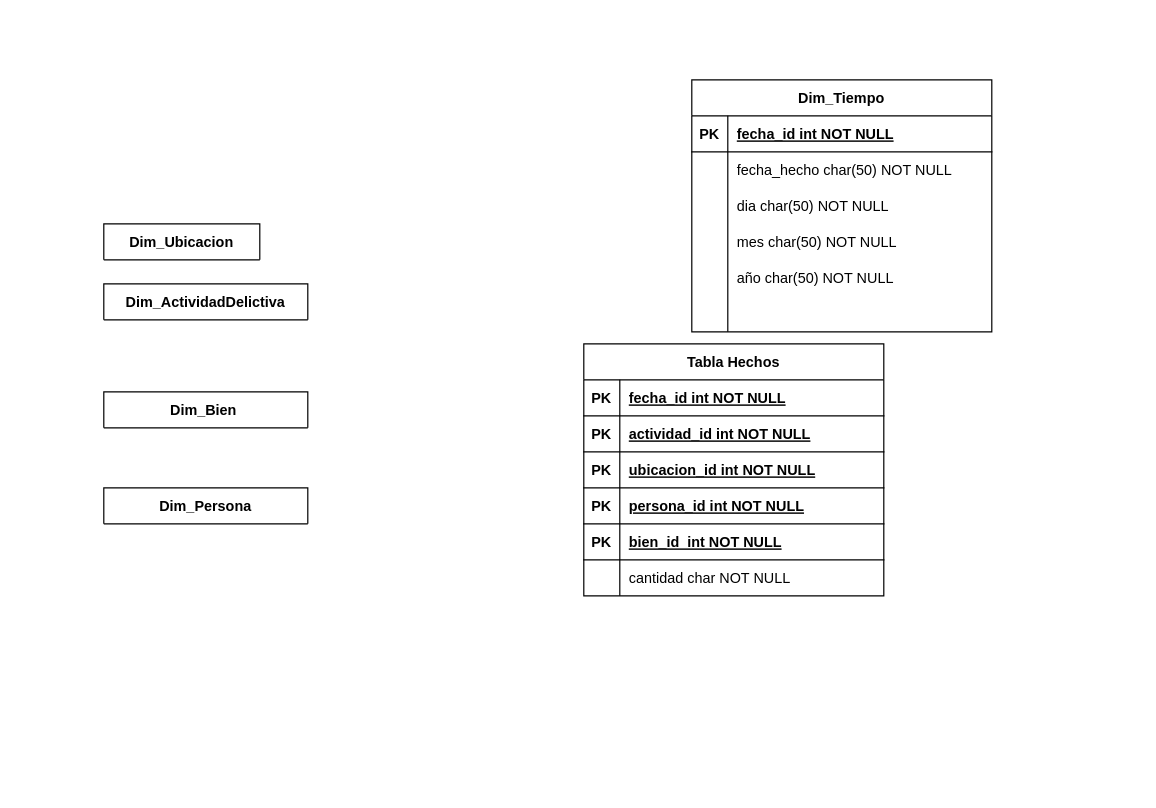
Above: Diagrama sin título.drawio in JonhNino/Book-s (draw.io), before the change. Source tidied: cells renumbered, new cells numbered last; positions are measured from the earlier drawing's top-left corner, leaving out a move shared by most shapes. Both pictures are drawn from the tidied source at 120%, with x=0, y=0 at pixel (103, 79).
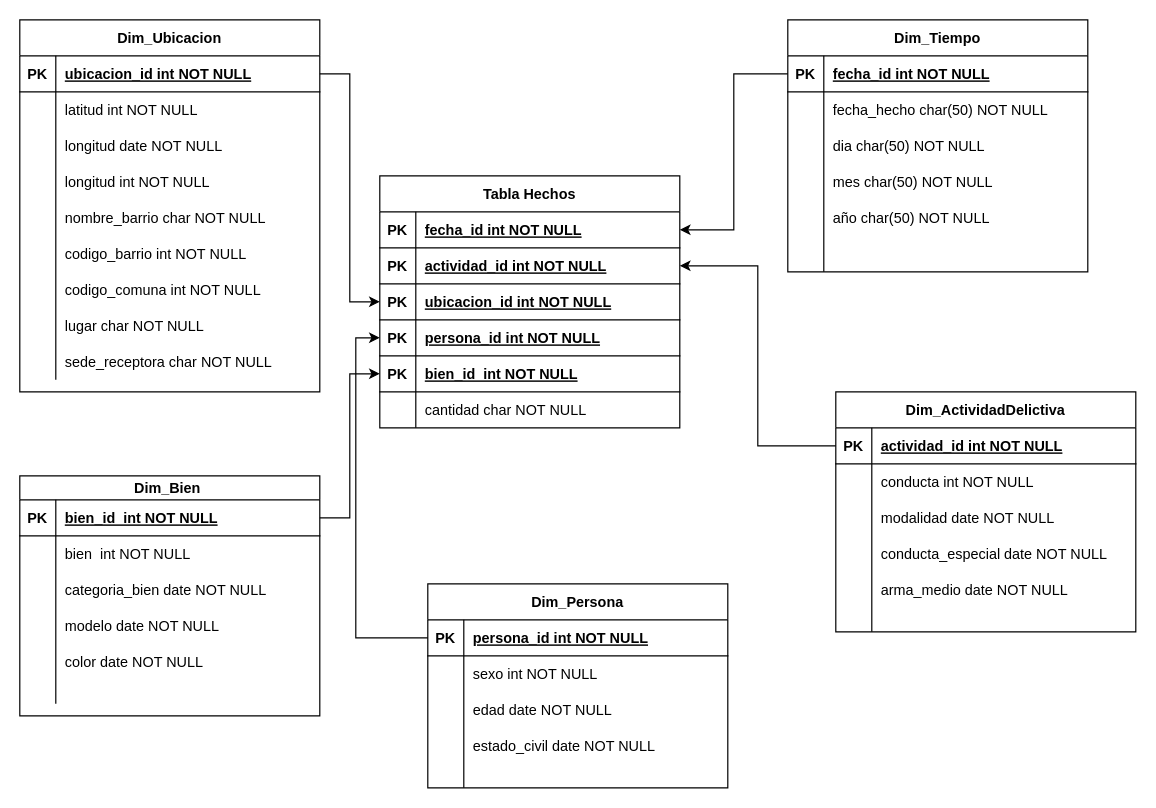
The same page after the edit.

Unchanged cells that the change refers to:
```xml
<mxCell id="5" style="shape=partialRectangle;fillColor=none;points=[[0,0.5],[1,0.5]];portConstraint=eastwest;top=0;left=0;right=0;bottom=1;" parent="4" vertex="1">
  <mxGeometry y="30" width="250" height="30" as="geometry" />
</mxCell>
<mxCell id="26" style="shape=partialRectangle;fillColor=none;points=[[0,0.5],[1,0.5]];portConstraint=eastwest;top=0;left=0;right=0;bottom=1;" parent="25" vertex="1">
  <mxGeometry y="30" width="250" height="30" as="geometry" />
</mxCell>
<mxCell id="29" style="shape=partialRectangle;fillColor=none;points=[[0,0.5],[1,0.5]];portConstraint=eastwest;top=0;left=0;right=0;bottom=1;" parent="25" vertex="1">
  <mxGeometry y="60" width="250" height="30" as="geometry" />
</mxCell>
<mxCell id="32" style="shape=partialRectangle;fillColor=none;points=[[0,0.5],[1,0.5]];portConstraint=eastwest;top=0;left=0;right=0;bottom=1;" parent="25" vertex="1">
  <mxGeometry y="90" width="250" height="30" as="geometry" />
</mxCell>
<mxCell id="35" style="shape=partialRectangle;fillColor=none;points=[[0,0.5],[1,0.5]];portConstraint=eastwest;top=0;left=0;right=0;bottom=1;" parent="25" vertex="1">
  <mxGeometry y="120" width="250" height="30" as="geometry" />
</mxCell>
<mxCell id="38" style="shape=partialRectangle;fillColor=none;points=[[0,0.5],[1,0.5]];portConstraint=eastwest;top=0;left=0;right=0;bottom=1;" parent="25" vertex="1">
  <mxGeometry y="150" width="250" height="30" as="geometry" />
</mxCell>
```

Change to the diagram source:
```diff
@@
-    <mxCell id="2" value="Dim_Ubicacion" style="shape=table;startSize=30;childLayout=tableLayout;rowLines=0;fontStyle=1;align=center;" parent="1" vertex="1" collapsed="1">
-      <mxGeometry y="120" width="130" height="30" as="geometry" />
+    <mxCell id="2" value="Dim_Ubicacion" style="shape=table;startSize=30;childLayout=tableLayout;rowLines=0;fontStyle=1;align=center;" parent="1" vertex="1">
+      <mxGeometry x="-70" y="-50" width="250" height="310" as="geometry" />
     </mxCell>
+    <mxCell id="44" style="shape=partialRectangle;fillColor=none;points=[[0,0.5],[1,0.5]];portConstraint=eastwest;top=0;left=0;right=0;bottom=1;" parent="2" vertex="1">
+      <mxGeometry y="30" width="250" height="30" as="geometry" />
+    </mxCell>
+    <mxCell id="45" value="PK" style="shape=partialRectangle;overflow=hidden;fillColor=none;top=0;left=0;bottom=0;right=0;fontStyle=1;" parent="44" vertex="1">
+      <mxGeometry width="30" height="30" as="geometry" />
+    </mxCell>
+    <mxCell id="46" value="ubicacion_id int NOT NULL " style="shape=partialRectangle;overflow=hidden;fillColor=none;top=0;left=0;bottom=0;right=0;align=left;spacingLeft=6;fontStyle=5;" parent="44" vertex="1">
+      <mxGeometry x="30" width="220" height="30" as="geometry" />
+    </mxCell>
+    <mxCell id="47" style="shape=partialRectangle;fillColor=none;top=0;left=0;right=0;bottom=0;" parent="2" vertex="1">
+      <mxGeometry y="60" width="250" height="30" as="geometry" />
+    </mxCell>
+    <mxCell id="48" style="shape=partialRectangle;overflow=hidden;fillColor=none;top=0;left=0;bottom=0;right=0;" parent="47" vertex="1">
+      <mxGeometry width="30" height="30" as="geometry" />
+    </mxCell>
+    <mxCell id="49" value="latitud int NOT NULL" style="shape=partialRectangle;overflow=hidden;fillColor=none;top=0;left=0;bottom=0;right=0;align=left;spacingLeft=6;" parent="47" vertex="1">
+      <mxGeometry x="30" width="220" height="30" as="geometry" />
+    </mxCell>
+    <mxCell id="50" style="shape=partialRectangle;fillColor=none;top=0;left=0;right=0;bottom=0;" parent="2" vertex="1">
+      <mxGeometry y="90" width="250" height="30" as="geometry" />
+    </mxCell>
+    <mxCell id="51" style="shape=partialRectangle;overflow=hidden;fillColor=none;top=0;left=0;bottom=0;right=0;" parent="50" vertex="1">
+      <mxGeometry width="30" height="30" as="geometry" />
+    </mxCell>
+    <mxCell id="52" value="longitud date NOT NULL" style="shape=partialRectangle;overflow=hidden;fillColor=none;top=0;left=0;bottom=0;right=0;align=left;spacingLeft=6;" parent="50" vertex="1">
+      <mxGeometry x="30" width="220" height="30" as="geometry" />
+    </mxCell>
+    <mxCell id="53" style="shape=partialRectangle;fillColor=none;top=0;left=0;right=0;bottom=0;" parent="2" vertex="1">
+      <mxGeometry y="120" width="250" height="30" as="geometry" />
+    </mxCell>
+    <mxCell id="54" style="shape=partialRectangle;overflow=hidden;fillColor=none;top=0;left=0;bottom=0;right=0;" parent="53" vertex="1">
+      <mxGeometry width="30" height="30" as="geometry" />
+    </mxCell>
+    <mxCell id="55" value="longitud int NOT NULL" style="shape=partialRectangle;overflow=hidden;fillColor=none;top=0;left=0;bottom=0;right=0;align=left;spacingLeft=6;" parent="53" vertex="1">
+      <mxGeometry x="30" width="220" height="30" as="geometry" />
+    </mxCell>
+    <mxCell id="56" style="shape=partialRectangle;fillColor=none;top=0;left=0;right=0;bottom=0;" parent="2" vertex="1">
+      <mxGeometry y="150" width="250" height="30" as="geometry" />
+    </mxCell>
+    <mxCell id="57" style="shape=partialRectangle;overflow=hidden;fillColor=none;top=0;left=0;bottom=0;right=0;" parent="56" vertex="1">
+      <mxGeometry width="30" height="30" as="geometry" />
+    </mxCell>
+    <mxCell id="58" value="nombre_barrio char NOT NULL" style="shape=partialRectangle;overflow=hidden;fillColor=none;top=0;left=0;bottom=0;right=0;align=left;spacingLeft=6;" parent="56" vertex="1">
+      <mxGeometry x="30" width="220" height="30" as="geometry" />
+    </mxCell>
+    <mxCell id="59" style="shape=partialRectangle;fillColor=none;top=0;left=0;right=0;bottom=0;" parent="2" vertex="1">
+      <mxGeometry y="180" width="250" height="30" as="geometry" />
+    </mxCell>
+    <mxCell id="60" style="shape=partialRectangle;overflow=hidden;fillColor=none;top=0;left=0;bottom=0;right=0;" parent="59" vertex="1">
+      <mxGeometry width="30" height="30" as="geometry" />
+    </mxCell>
+    <mxCell id="61" value="codigo_barrio int NOT NULL" style="shape=partialRectangle;overflow=hidden;fillColor=none;top=0;left=0;bottom=0;right=0;align=left;spacingLeft=6;" parent="59" vertex="1">
+      <mxGeometry x="30" width="220" height="30" as="geometry" />
+    </mxCell>
+    <mxCell id="62" style="shape=partialRectangle;fillColor=none;top=0;left=0;right=0;bottom=0;" parent="2" vertex="1">
+      <mxGeometry y="210" width="250" height="30" as="geometry" />
+    </mxCell>
+    <mxCell id="63" style="shape=partialRectangle;overflow=hidden;fillColor=none;top=0;left=0;bottom=0;right=0;" parent="62" vertex="1">
+      <mxGeometry width="30" height="30" as="geometry" />
+    </mxCell>
+    <mxCell id="64" value="codigo_comuna int NOT NULL" style="shape=partialRectangle;overflow=hidden;fillColor=none;top=0;left=0;bottom=0;right=0;align=left;spacingLeft=6;" parent="62" vertex="1">
+      <mxGeometry x="30" width="220" height="30" as="geometry" />
+    </mxCell>
+    <mxCell id="65" style="shape=partialRectangle;fillColor=none;top=0;left=0;right=0;bottom=0;" parent="2" vertex="1">
+      <mxGeometry y="240" width="250" height="30" as="geometry" />
+    </mxCell>
+    <mxCell id="66" style="shape=partialRectangle;overflow=hidden;fillColor=none;top=0;left=0;bottom=0;right=0;" parent="65" vertex="1">
+      <mxGeometry width="30" height="30" as="geometry" />
+    </mxCell>
+    <mxCell id="67" value="lugar char NOT NULL" style="shape=partialRectangle;overflow=hidden;fillColor=none;top=0;left=0;bottom=0;right=0;align=left;spacingLeft=6;" parent="65" vertex="1">
+      <mxGeometry x="30" width="220" height="30" as="geometry" />
+    </mxCell>
+    <mxCell id="68" style="shape=partialRectangle;fillColor=none;top=0;left=0;right=0;bottom=0;" parent="2" vertex="1">
+      <mxGeometry y="270" width="250" height="30" as="geometry" />
+    </mxCell>
+    <mxCell id="69" style="shape=partialRectangle;overflow=hidden;fillColor=none;top=0;left=0;bottom=0;right=0;" parent="68" vertex="1">
+      <mxGeometry width="30" height="30" as="geometry" />
+    </mxCell>
+    <mxCell id="70" value="sede_receptora char NOT NULL" style="shape=partialRectangle;overflow=hidden;fillColor=none;top=0;left=0;bottom=0;right=0;align=left;spacingLeft=6;" parent="68" vertex="1">
+      <mxGeometry x="30" width="220" height="30" as="geometry" />
+    </mxCell>
-    <mxCell id="3" value="Dim_ActividadDelictiva" style="shape=table;startSize=30;childLayout=tableLayout;rowLines=0;fontStyle=1;align=center;" parent="1" vertex="1" collapsed="1">
-      <mxGeometry y="170" width="170" height="30" as="geometry" />
+    <mxCell id="3" value="Dim_ActividadDelictiva" style="shape=table;startSize=30;childLayout=tableLayout;rowLines=0;fontStyle=1;align=center;" parent="1" vertex="1">
+      <mxGeometry x="610" y="260" width="250" height="200" as="geometry" />
     </mxCell>
+    <mxCell id="71" style="shape=partialRectangle;fillColor=none;points=[[0,0.5],[1,0.5]];portConstraint=eastwest;top=0;left=0;right=0;bottom=1;" parent="3" vertex="1">
+      <mxGeometry y="30" width="250" height="30" as="geometry" />
+    </mxCell>
+    <mxCell id="72" value="PK" style="shape=partialRectangle;overflow=hidden;fillColor=none;top=0;left=0;bottom=0;right=0;fontStyle=1;" parent="71" vertex="1">
+      <mxGeometry width="30" height="30" as="geometry" />
+    </mxCell>
+    <mxCell id="73" value="actividad_id int NOT NULL " style="shape=partialRectangle;overflow=hidden;fillColor=none;top=0;left=0;bottom=0;right=0;align=left;spacingLeft=6;fontStyle=5;" parent="71" vertex="1">
+      <mxGeometry x="30" width="220" height="30" as="geometry" />
+    </mxCell>
+    <mxCell id="74" style="shape=partialRectangle;fillColor=none;top=0;left=0;right=0;bottom=0;" parent="3" vertex="1">
+      <mxGeometry y="60" width="250" height="30" as="geometry" />
+    </mxCell>
+    <mxCell id="75" style="shape=partialRectangle;overflow=hidden;fillColor=none;top=0;left=0;bottom=0;right=0;" parent="74" vertex="1">
+      <mxGeometry width="30" height="30" as="geometry" />
+    </mxCell>
+    <mxCell id="76" value="conducta int NOT NULL" style="shape=partialRectangle;overflow=hidden;fillColor=none;top=0;left=0;bottom=0;right=0;align=left;spacingLeft=6;" parent="74" vertex="1">
+      <mxGeometry x="30" width="220" height="30" as="geometry" />
+    </mxCell>
+    <mxCell id="77" style="shape=partialRectangle;fillColor=none;top=0;left=0;right=0;bottom=0;" parent="3" vertex="1">
+      <mxGeometry y="90" width="250" height="30" as="geometry" />
+    </mxCell>
+    <mxCell id="78" style="shape=partialRectangle;overflow=hidden;fillColor=none;top=0;left=0;bottom=0;right=0;" parent="77" vertex="1">
+      <mxGeometry width="30" height="30" as="geometry" />
+    </mxCell>
+    <mxCell id="79" value="modalidad date NOT NULL" style="shape=partialRectangle;overflow=hidden;fillColor=none;top=0;left=0;bottom=0;right=0;align=left;spacingLeft=6;" parent="77" vertex="1">
+      <mxGeometry x="30" width="220" height="30" as="geometry" />
+    </mxCell>
+    <mxCell id="80" style="shape=partialRectangle;fillColor=none;top=0;left=0;right=0;bottom=0;" parent="3" vertex="1">
+      <mxGeometry y="120" width="250" height="30" as="geometry" />
+    </mxCell>
+    <mxCell id="81" style="shape=partialRectangle;overflow=hidden;fillColor=none;top=0;left=0;bottom=0;right=0;" parent="80" vertex="1">
+      <mxGeometry width="30" height="30" as="geometry" />
+    </mxCell>
+    <mxCell id="82" value="conducta_especial date NOT NULL" style="shape=partialRectangle;overflow=hidden;fillColor=none;top=0;left=0;bottom=0;right=0;align=left;spacingLeft=6;" parent="80" vertex="1">
+      <mxGeometry x="30" width="220" height="30" as="geometry" />
+    </mxCell>
+    <mxCell id="83" style="shape=partialRectangle;fillColor=none;top=0;left=0;right=0;bottom=0;" parent="3" vertex="1">
+      <mxGeometry y="150" width="250" height="30" as="geometry" />
+    </mxCell>
+    <mxCell id="84" style="shape=partialRectangle;overflow=hidden;fillColor=none;top=0;left=0;bottom=0;right=0;" parent="83" vertex="1">
+      <mxGeometry width="30" height="30" as="geometry" />
+    </mxCell>
+    <mxCell id="85" value="arma_medio date NOT NULL" style="shape=partialRectangle;overflow=hidden;fillColor=none;top=0;left=0;bottom=0;right=0;align=left;spacingLeft=6;" parent="83" vertex="1">
+      <mxGeometry x="30" width="220" height="30" as="geometry" />
+    </mxCell>
+    <mxCell id="86" style="shape=partialRectangle;fillColor=none;top=0;left=0;right=0;bottom=0;" parent="3" vertex="1">
+      <mxGeometry y="180" width="250" height="20" as="geometry" />
+    </mxCell>
+    <mxCell id="87" style="shape=partialRectangle;overflow=hidden;fillColor=none;top=0;left=0;bottom=0;right=0;" parent="86" vertex="1">
+      <mxGeometry width="30" height="20" as="geometry" />
+    </mxCell>
+    <mxCell id="88" style="shape=partialRectangle;overflow=hidden;fillColor=none;top=0;left=0;bottom=0;right=0;align=left;spacingLeft=6;" parent="86" vertex="1">
+      <mxGeometry x="30" width="220" height="20" as="geometry" />
+    </mxCell>
     <mxCell id="4" value="Dim_Tiempo" style="shape=table;startSize=30;childLayout=tableLayout;rowLines=0;fontStyle=1;align=center;" parent="1" vertex="1">
-      <mxGeometry x="490" width="250" height="210" as="geometry" />
+      <mxGeometry x="570" y="-50" width="250" height="210" as="geometry" />
     </mxCell>
@@
-    <mxCell id="23" value="Dim_Persona" style="shape=table;startSize=30;childLayout=tableLayout;rowLines=0;fontStyle=1;align=center;" parent="1" vertex="1" collapsed="1">
-      <mxGeometry y="340" width="170" height="30" as="geometry" />
+    <mxCell id="23" value="Dim_Persona" style="shape=table;startSize=30;childLayout=tableLayout;rowLines=0;fontStyle=1;align=center;" parent="1" vertex="1">
+      <mxGeometry x="270" y="420" width="250" height="170" as="geometry" />
     </mxCell>
+    <mxCell id="89" style="shape=partialRectangle;fillColor=none;points=[[0,0.5],[1,0.5]];portConstraint=eastwest;top=0;left=0;right=0;bottom=1;" parent="23" vertex="1">
+      <mxGeometry y="30" width="250" height="30" as="geometry" />
+    </mxCell>
+    <mxCell id="90" value="PK" style="shape=partialRectangle;overflow=hidden;fillColor=none;top=0;left=0;bottom=0;right=0;fontStyle=1;" parent="89" vertex="1">
+      <mxGeometry width="30" height="30" as="geometry" />
+    </mxCell>
+    <mxCell id="91" value="persona_id int NOT NULL " style="shape=partialRectangle;overflow=hidden;fillColor=none;top=0;left=0;bottom=0;right=0;align=left;spacingLeft=6;fontStyle=5;" parent="89" vertex="1">
+      <mxGeometry x="30" width="220" height="30" as="geometry" />
+    </mxCell>
+    <mxCell id="92" style="shape=partialRectangle;fillColor=none;top=0;left=0;right=0;bottom=0;" parent="23" vertex="1">
+      <mxGeometry y="60" width="250" height="30" as="geometry" />
+    </mxCell>
+    <mxCell id="93" style="shape=partialRectangle;overflow=hidden;fillColor=none;top=0;left=0;bottom=0;right=0;" parent="92" vertex="1">
+      <mxGeometry width="30" height="30" as="geometry" />
+    </mxCell>
+    <mxCell id="94" value="sexo int NOT NULL" style="shape=partialRectangle;overflow=hidden;fillColor=none;top=0;left=0;bottom=0;right=0;align=left;spacingLeft=6;" parent="92" vertex="1">
+      <mxGeometry x="30" width="220" height="30" as="geometry" />
+    </mxCell>
+    <mxCell id="95" style="shape=partialRectangle;fillColor=none;top=0;left=0;right=0;bottom=0;" parent="23" vertex="1">
+      <mxGeometry y="90" width="250" height="30" as="geometry" />
+    </mxCell>
+    <mxCell id="96" style="shape=partialRectangle;overflow=hidden;fillColor=none;top=0;left=0;bottom=0;right=0;" parent="95" vertex="1">
+      <mxGeometry width="30" height="30" as="geometry" />
+    </mxCell>
+    <mxCell id="97" value="edad date NOT NULL" style="shape=partialRectangle;overflow=hidden;fillColor=none;top=0;left=0;bottom=0;right=0;align=left;spacingLeft=6;" parent="95" vertex="1">
+      <mxGeometry x="30" width="220" height="30" as="geometry" />
+    </mxCell>
+    <mxCell id="98" style="shape=partialRectangle;fillColor=none;top=0;left=0;right=0;bottom=0;" parent="23" vertex="1">
+      <mxGeometry y="120" width="250" height="30" as="geometry" />
+    </mxCell>
+    <mxCell id="99" style="shape=partialRectangle;overflow=hidden;fillColor=none;top=0;left=0;bottom=0;right=0;" parent="98" vertex="1">
+      <mxGeometry width="30" height="30" as="geometry" />
+    </mxCell>
+    <mxCell id="100" value="estado_civil date NOT NULL" style="shape=partialRectangle;overflow=hidden;fillColor=none;top=0;left=0;bottom=0;right=0;align=left;spacingLeft=6;" parent="98" vertex="1">
+      <mxGeometry x="30" width="220" height="30" as="geometry" />
+    </mxCell>
+    <mxCell id="101" style="shape=partialRectangle;fillColor=none;top=0;left=0;right=0;bottom=0;" parent="23" vertex="1">
+      <mxGeometry y="150" width="250" height="20" as="geometry" />
+    </mxCell>
+    <mxCell id="102" style="shape=partialRectangle;overflow=hidden;fillColor=none;top=0;left=0;bottom=0;right=0;" parent="101" vertex="1">
+      <mxGeometry width="30" height="20" as="geometry" />
+    </mxCell>
+    <mxCell id="103" style="shape=partialRectangle;overflow=hidden;fillColor=none;top=0;left=0;bottom=0;right=0;align=left;spacingLeft=6;" parent="101" vertex="1">
+      <mxGeometry x="30" width="220" height="20" as="geometry" />
+    </mxCell>
-    <mxCell id="24" value="Dim_Bien " style="shape=table;startSize=30;childLayout=tableLayout;rowLines=0;fontStyle=1;align=center;" parent="1" vertex="1" collapsed="1">
-      <mxGeometry y="260" width="170" height="30" as="geometry" />
+    <mxCell id="24" value="Dim_Bien " style="shape=table;startSize=20;childLayout=tableLayout;rowLines=0;fontStyle=1;align=center;" parent="1" vertex="1">
+      <mxGeometry x="-70" y="330" width="250" height="200" as="geometry" />
     </mxCell>
+    <mxCell id="104" style="shape=partialRectangle;fillColor=none;points=[[0,0.5],[1,0.5]];portConstraint=eastwest;top=0;left=0;right=0;bottom=1;" parent="24" vertex="1">
+      <mxGeometry y="20" width="250" height="30" as="geometry" />
+    </mxCell>
+    <mxCell id="105" value="PK" style="shape=partialRectangle;overflow=hidden;fillColor=none;top=0;left=0;bottom=0;right=0;fontStyle=1;" parent="104" vertex="1">
+      <mxGeometry width="30" height="30" as="geometry" />
+    </mxCell>
+    <mxCell id="106" value="bien_id  int NOT NULL " style="shape=partialRectangle;overflow=hidden;fillColor=none;top=0;left=0;bottom=0;right=0;align=left;spacingLeft=6;fontStyle=5;" parent="104" vertex="1">
+      <mxGeometry x="30" width="220" height="30" as="geometry" />
+    </mxCell>
+    <mxCell id="107" style="shape=partialRectangle;fillColor=none;top=0;left=0;right=0;bottom=0;" parent="24" vertex="1">
+      <mxGeometry y="50" width="250" height="30" as="geometry" />
+    </mxCell>
+    <mxCell id="108" style="shape=partialRectangle;overflow=hidden;fillColor=none;top=0;left=0;bottom=0;right=0;" parent="107" vertex="1">
+      <mxGeometry width="30" height="30" as="geometry" />
+    </mxCell>
+    <mxCell id="109" value="bien  int NOT NULL" style="shape=partialRectangle;overflow=hidden;fillColor=none;top=0;left=0;bottom=0;right=0;align=left;spacingLeft=6;" parent="107" vertex="1">
+      <mxGeometry x="30" width="220" height="30" as="geometry" />
+    </mxCell>
+    <mxCell id="110" style="shape=partialRectangle;fillColor=none;top=0;left=0;right=0;bottom=0;" parent="24" vertex="1">
+      <mxGeometry y="80" width="250" height="30" as="geometry" />
+    </mxCell>
+    <mxCell id="111" style="shape=partialRectangle;overflow=hidden;fillColor=none;top=0;left=0;bottom=0;right=0;" parent="110" vertex="1">
+      <mxGeometry width="30" height="30" as="geometry" />
+    </mxCell>
+    <mxCell id="112" value="categoria_bien date NOT NULL" style="shape=partialRectangle;overflow=hidden;fillColor=none;top=0;left=0;bottom=0;right=0;align=left;spacingLeft=6;" parent="110" vertex="1">
+      <mxGeometry x="30" width="220" height="30" as="geometry" />
+    </mxCell>
+    <mxCell id="113" style="shape=partialRectangle;fillColor=none;top=0;left=0;right=0;bottom=0;" parent="24" vertex="1">
+      <mxGeometry y="110" width="250" height="30" as="geometry" />
+    </mxCell>
+    <mxCell id="114" style="shape=partialRectangle;overflow=hidden;fillColor=none;top=0;left=0;bottom=0;right=0;" parent="113" vertex="1">
+      <mxGeometry width="30" height="30" as="geometry" />
+    </mxCell>
+    <mxCell id="115" value="modelo date NOT NULL" style="shape=partialRectangle;overflow=hidden;fillColor=none;top=0;left=0;bottom=0;right=0;align=left;spacingLeft=6;" parent="113" vertex="1">
+      <mxGeometry x="30" width="220" height="30" as="geometry" />
+    </mxCell>
+    <mxCell id="116" style="shape=partialRectangle;fillColor=none;top=0;left=0;right=0;bottom=0;" parent="24" vertex="1">
+      <mxGeometry y="140" width="250" height="30" as="geometry" />
+    </mxCell>
+    <mxCell id="117" style="shape=partialRectangle;overflow=hidden;fillColor=none;top=0;left=0;bottom=0;right=0;" parent="116" vertex="1">
+      <mxGeometry width="30" height="30" as="geometry" />
+    </mxCell>
+    <mxCell id="118" value="color date NOT NULL" style="shape=partialRectangle;overflow=hidden;fillColor=none;top=0;left=0;bottom=0;right=0;align=left;spacingLeft=6;" parent="116" vertex="1">
+      <mxGeometry x="30" width="220" height="30" as="geometry" />
+    </mxCell>
+    <mxCell id="119" style="shape=partialRectangle;fillColor=none;top=0;left=0;right=0;bottom=0;" parent="24" vertex="1">
+      <mxGeometry y="170" width="250" height="20" as="geometry" />
+    </mxCell>
+    <mxCell id="120" style="shape=partialRectangle;overflow=hidden;fillColor=none;top=0;left=0;bottom=0;right=0;" parent="119" vertex="1">
+      <mxGeometry width="30" height="20" as="geometry" />
+    </mxCell>
+    <mxCell id="121" style="shape=partialRectangle;overflow=hidden;fillColor=none;top=0;left=0;bottom=0;right=0;align=left;spacingLeft=6;" parent="119" vertex="1">
+      <mxGeometry x="30" width="220" height="20" as="geometry" />
+    </mxCell>
     <mxCell id="25" value="Tabla Hechos" style="shape=table;startSize=30;childLayout=tableLayout;rowLines=0;fontStyle=1;align=center;" parent="1" vertex="1">
-      <mxGeometry x="400" y="220" width="250" height="210" as="geometry" />
+      <mxGeometry x="230" y="80" width="250" height="210" as="geometry" />
     </mxCell>
@@
+    <mxCell id="122" style="edgeStyle=orthogonalEdgeStyle;rounded=0;jettySize=auto;html=1;entryX=1;entryY=0.5;entryDx=0;entryDy=0;" parent="1" edge="1" source="5" target="26">
+      <mxGeometry relative="1" as="geometry" />
+    </mxCell>
+    <mxCell id="123" style="edgeStyle=orthogonalEdgeStyle;rounded=0;jettySize=auto;html=1;" parent="1" edge="1" source="71" target="29">
+      <mxGeometry relative="1" as="geometry" />
+    </mxCell>
+    <mxCell id="124" style="edgeStyle=orthogonalEdgeStyle;rounded=0;jettySize=auto;html=1;entryX=0;entryY=0.5;entryDx=0;entryDy=0;" parent="1" edge="1" source="89" target="35">
+      <mxGeometry relative="1" as="geometry" />
+    </mxCell>
+    <mxCell id="125" style="edgeStyle=orthogonalEdgeStyle;rounded=0;jettySize=auto;html=1;entryX=0;entryY=0.5;entryDx=0;entryDy=0;" parent="1" edge="1" source="104" target="38">
+      <mxGeometry relative="1" as="geometry" />
+    </mxCell>
+    <mxCell id="126" style="edgeStyle=orthogonalEdgeStyle;rounded=0;jettySize=auto;html=1;entryX=0;entryY=0.5;entryDx=0;entryDy=0;" parent="1" edge="1" source="44" target="32">
+      <mxGeometry relative="1" as="geometry" />
+    </mxCell>
```
